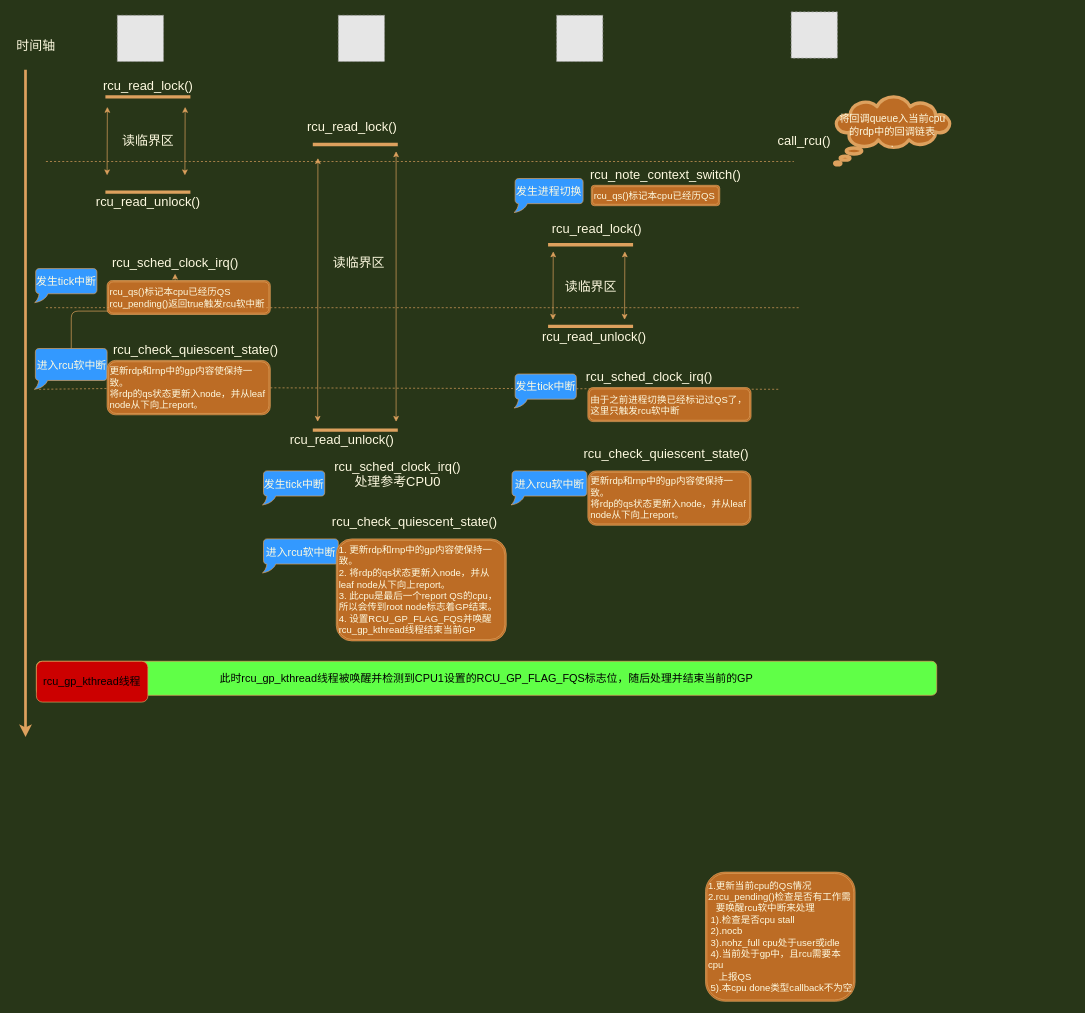
The draw.io diagram Untitled Diagram.drawio in YanfeiXu/LinuxerYann, before the edit. Source tidied: cells renumbered, new cells numbered last; positions are measured from the earlier drawing's top-left corner, leaving out a move shared by most shapes. Both pictures are drawn from the tidied source at 68%, with x=0, y=0 at pixel (12, 12). Pictures stored in the file or linked from it are replaced by grey dashed boxes.
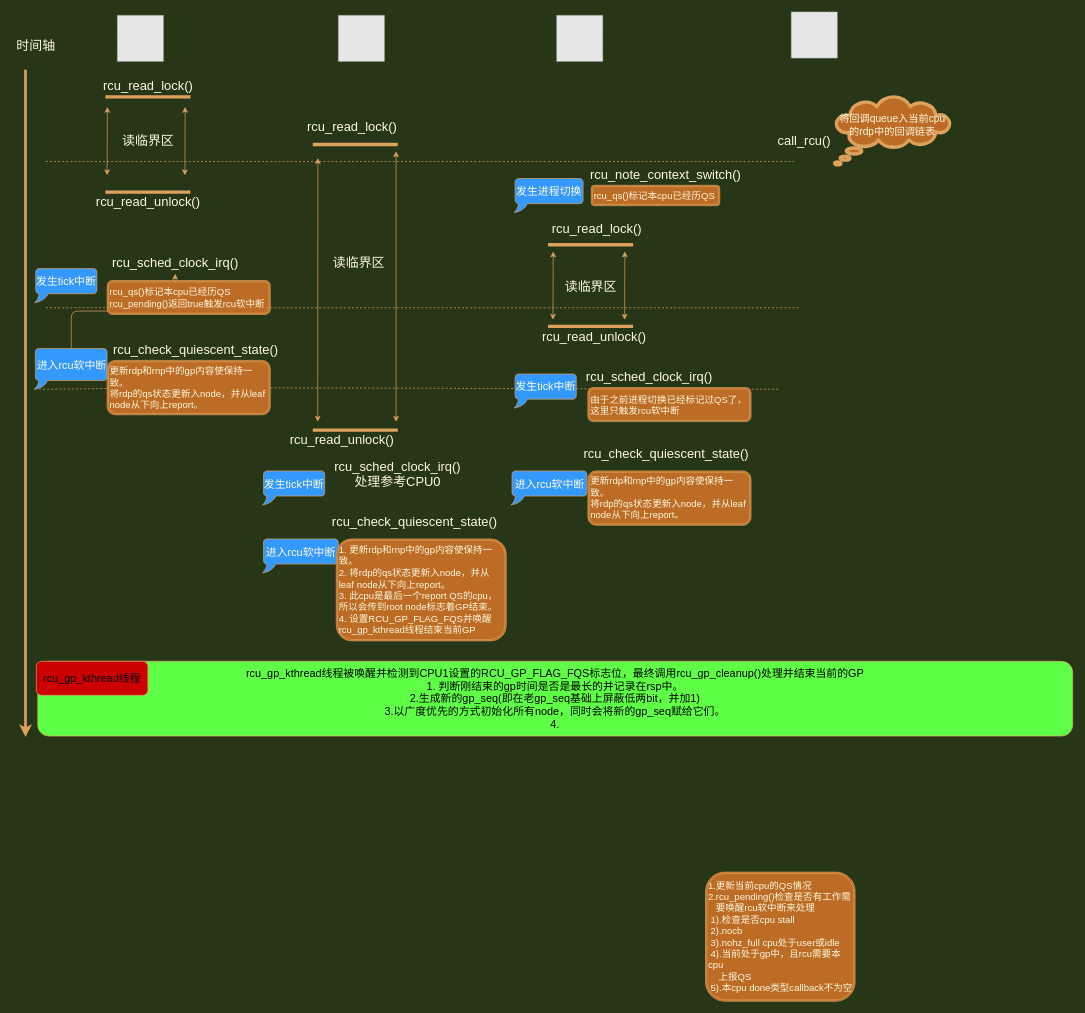
After the change.

What changed in the source:
```diff
@@
-    <mxCell id="54" value="&lt;font color=&quot;#000000&quot;&gt;此时rcu_gp_kthread线程被唤醒并检测到CPU1设置的RCU_GP_FLAG_FQS标志位，随后处理并结束当前的GP&lt;/font&gt;" style="rounded=1;whiteSpace=wrap;html=1;sketch=0;fontSize=16;strokeColor=#DDA15E;align=center;fillColor=#60FF47;fontColor=#33FFFF;" parent="1" vertex="1">
-      <mxGeometry x="36" y="955" width="1324" height="50" as="geometry" />
+    <mxCell id="54" value="&lt;font color=&quot;#000000&quot;&gt;rcu_gp_kthread线程被唤醒并检测到CPU1设置的RCU_GP_FLAG_FQS标志位，最终调用rcu_gp_cleanup()处理并结束当前的GP&lt;br&gt;1. 判断刚结束的gp时间是否是最长的并记录在rsp中。&lt;br&gt;&lt;div&gt;&lt;span&gt;2.生成新的gp_seq(即在老gp_seq基础上屏蔽低两bit，并加1)&lt;/span&gt;&lt;/div&gt;&lt;div&gt;&lt;span&gt;3.以广度优先的方式初始化所有node，同时会将新的gp_seq赋给它们。&lt;/span&gt;&lt;/div&gt;&lt;div&gt;&lt;span&gt;4.&lt;/span&gt;&lt;/div&gt;&lt;/font&gt;" style="rounded=1;whiteSpace=wrap;html=1;sketch=0;fontSize=16;strokeColor=#DDA15E;align=center;fillColor=#60FF47;fontColor=#33FFFF;" parent="1" vertex="1">
+      <mxGeometry x="38" y="955" width="1522" height="110" as="geometry" />
     </mxCell>
     <mxCell id="55" value="&lt;font color=&quot;#000000&quot;&gt;rcu_gp_kthread线程&lt;/font&gt;" style="rounded=1;whiteSpace=wrap;html=1;sketch=0;fontSize=16;strokeColor=#DDA15E;align=center;fontColor=#FF0000;fillColor=#CC0000;" parent="1" vertex="1">
-      <mxGeometry x="36" y="955" width="164" height="60" as="geometry" />
+      <mxGeometry x="36" y="955" width="164" height="50" as="geometry" />
     </mxCell>
```
